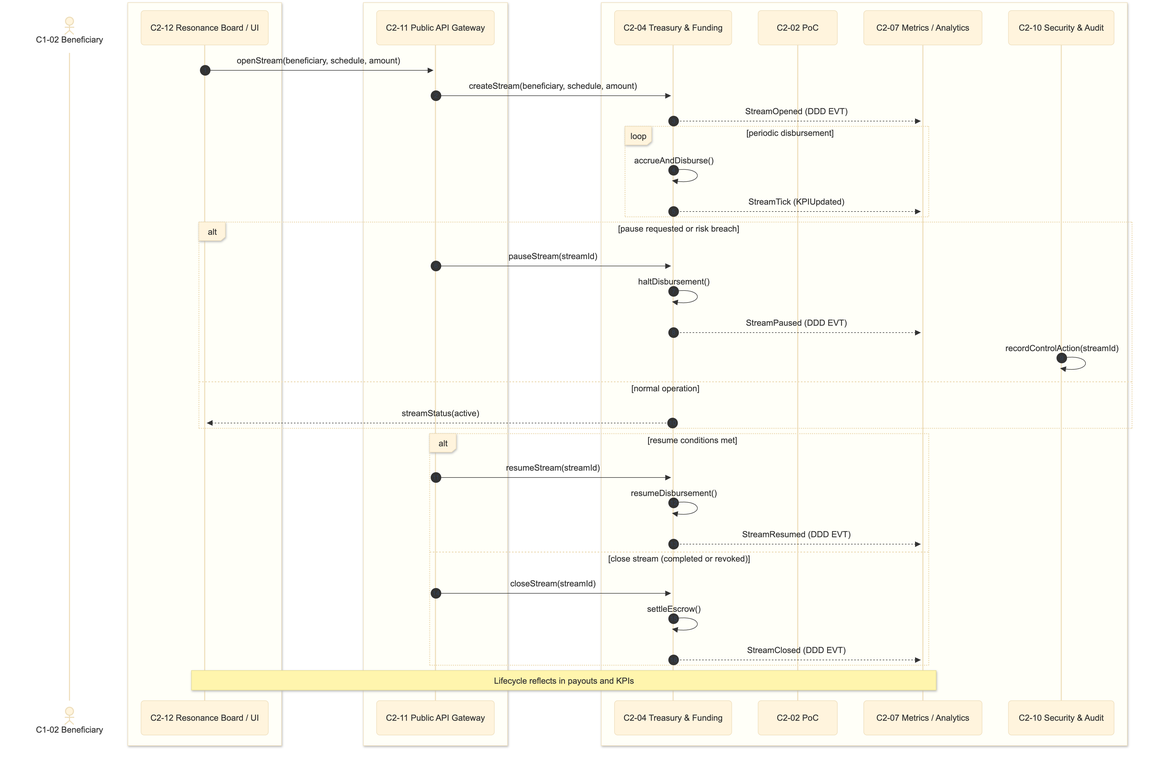
Above: assets/diagrams/C4_sequences/C4-10_Streaming_Continuous_Payouts_Escrow_Lifecycle.png in coherosphere/architecture (Mermaid), before the change. Its source is kept beside it as assets/diagrams/C4_sequences/C4-10_Streaming_Continuous_Payouts_Escrow_Lifecycle.mmd.
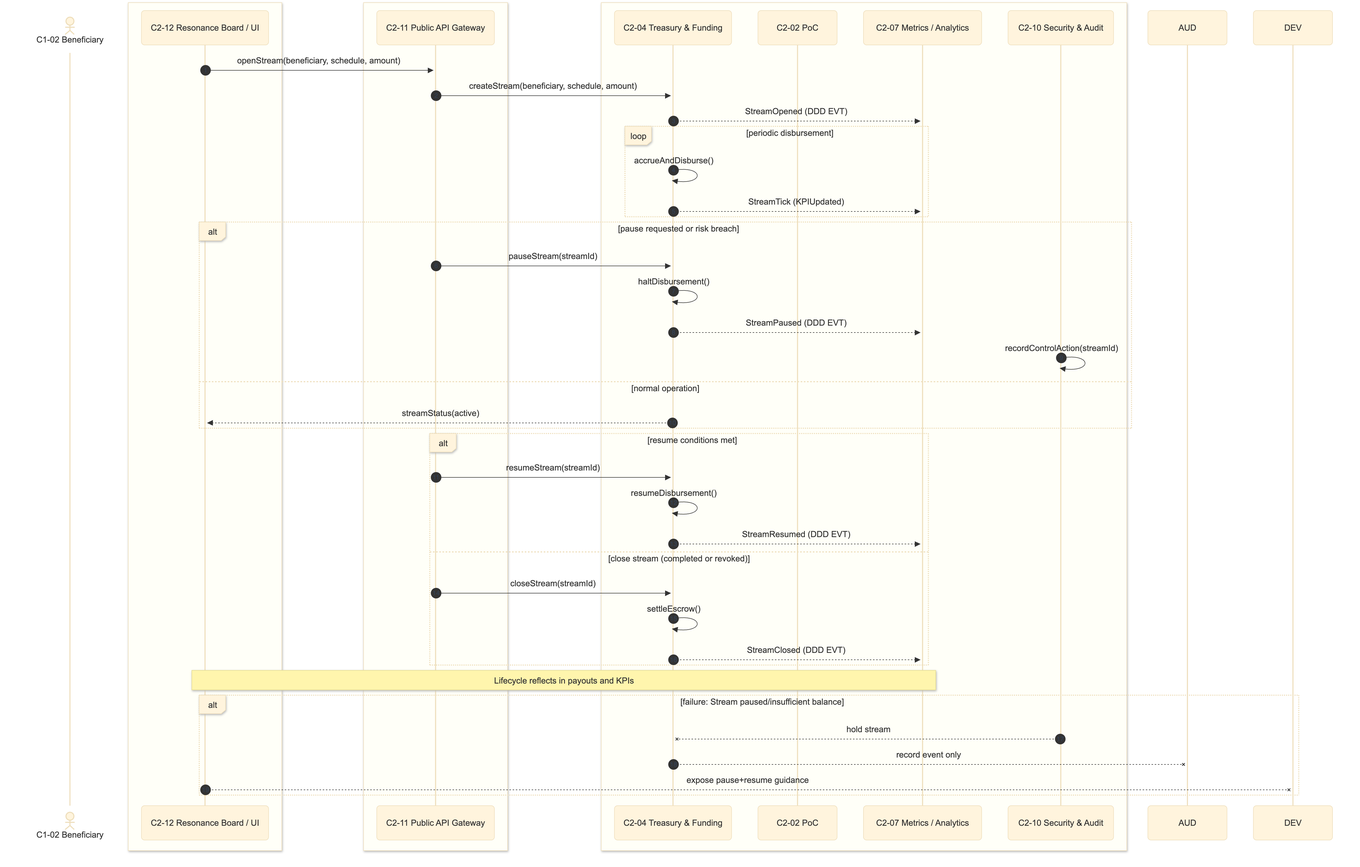
After the change.

Diff of the diagram source:
```diff
@@ -48,3 +48,9 @@
 end
 
 note over UI,MET: Lifecycle reflects in payouts and KPIs
+
+alt failure: Stream paused/insufficient balance
+  SEC --x TRE: hold stream
+  TRE --x AUD: record event only
+  UI  --x DEV: expose pause+resume guidance
+end
```
